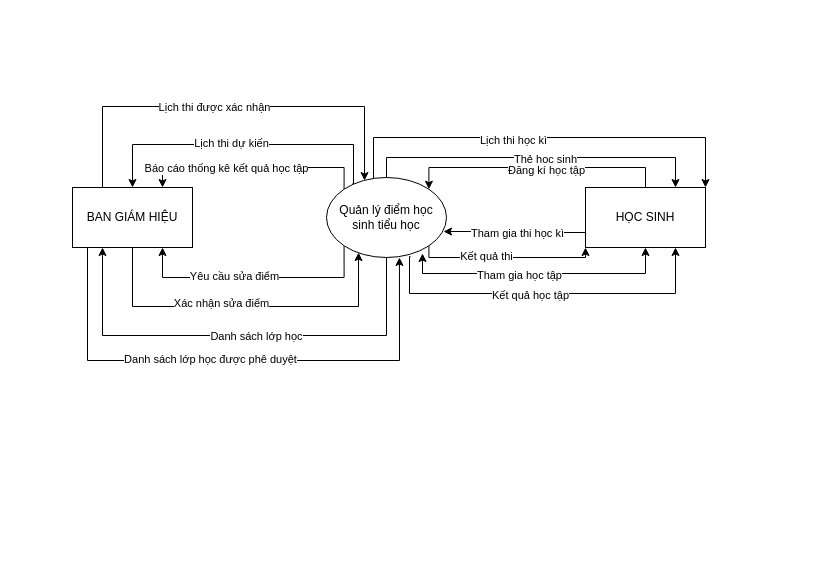
Earlier version of the draw.io diagram 2.2.1.drawio (TLGKien/graph). Source tidied: cells renumbered, new cells numbered last; positions are measured from the earlier drawing's top-left corner, leaving out a move shared by most shapes. Both pictures are drawn from the tidied source at 100%, with x=0, y=0 at pixel (72, 106).
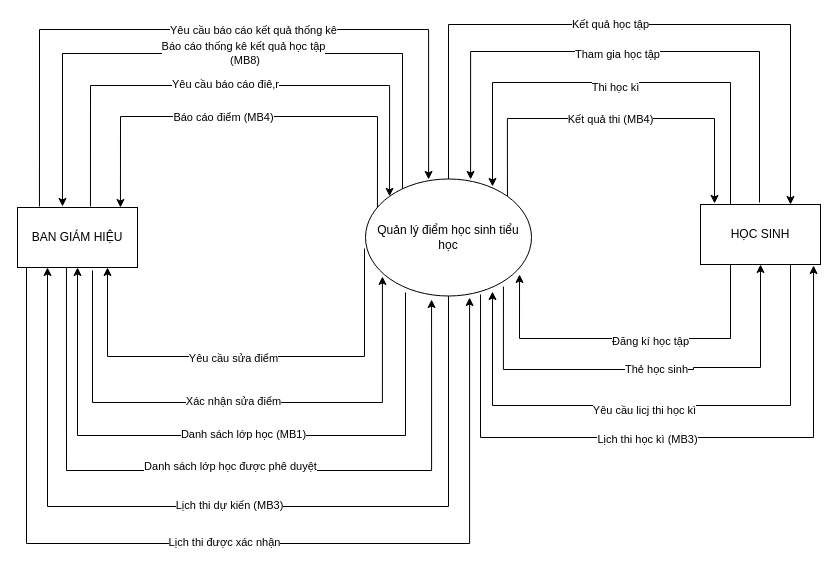
After the change.

The edit, as a diff of the source:
```diff
@@
-    <mxCell id="2" style="edgeStyle=orthogonalEdgeStyle;rounded=0;jettySize=auto;html=1;exitX=0.5;exitY=0;exitDx=0;exitDy=0;entryX=0.75;entryY=0;entryDx=0;entryDy=0;" parent="1" edge="1" source="18" target="30">
-      <mxGeometry relative="1" as="geometry" />
-    </mxCell>
+    <mxCell id="33" style="edgeStyle=orthogonalEdgeStyle;rounded=0;jettySize=auto;html=1;entryX=0.5;entryY=1;entryDx=0;entryDy=0;exitX=0.831;exitY=0.919;exitDx=0;exitDy=0;exitPerimeter=0;" parent="1" edge="1" source="18" target="30">
+      <mxGeometry relative="1" as="geometry">
+        <Array as="points">
+          <mxPoint x="431" y="263" />
+          <mxPoint x="621" y="263" />
+          <mxPoint x="621" y="261" />
+          <mxPoint x="688" y="261" />
+        </Array>
+      </mxGeometry>
+    </mxCell>
-    <mxCell id="3" value="Thẻ học sinh" style="edgeLabel;html=1;align=center;verticalAlign=middle;" parent="2" vertex="1">
-      <mxGeometry x="0.05" y="-1" relative="1" as="geometry" />
+    <mxCell id="3" value="Thẻ học sinh" style="edgeLabel;html=1;align=center;verticalAlign=middle;" parent="33" vertex="1">
+      <mxGeometry x="0.05" y="-1" relative="1" as="geometry">
+        <mxPoint x="2" y="-2" as="offset" />
+      </mxGeometry>
     </mxCell>
-    <mxCell id="4" style="edgeStyle=orthogonalEdgeStyle;rounded=0;jettySize=auto;html=1;entryX=1;entryY=0;entryDx=0;entryDy=0;exitX=0.392;exitY=0.025;exitDx=0;exitDy=0;exitPerimeter=0;" parent="1" edge="1" source="18" target="30">
-      <mxGeometry relative="1" as="geometry">
-        <Array as="points">
-          <mxPoint x="301" y="31" />
-          <mxPoint x="633" y="31" />
-        </Array>
-      </mxGeometry>
-    </mxCell>
-    <mxCell id="5" value="Lịch thi học kì" style="edgeLabel;html=1;align=center;verticalAlign=middle;" parent="4" vertex="1">
-      <mxGeometry x="-0.14" y="-2" relative="1" as="geometry" />
-    </mxCell>
-    <mxCell id="6" style="edgeStyle=orthogonalEdgeStyle;rounded=0;jettySize=auto;html=1;exitX=0.7;exitY=0.988;exitDx=0;exitDy=0;entryX=0.75;entryY=1;entryDx=0;entryDy=0;exitPerimeter=0;" parent="1" edge="1" source="18" target="30">
-      <mxGeometry relative="1" as="geometry">
-        <Array as="points">
-          <mxPoint x="337" y="150" />
-          <mxPoint x="337" y="187" />
-          <mxPoint x="603" y="187" />
-        </Array>
-      </mxGeometry>
-    </mxCell>
+    <mxCell id="34" style="edgeStyle=orthogonalEdgeStyle;rounded=0;jettySize=auto;html=1;entryX=0.942;entryY=1.017;entryDx=0;entryDy=0;exitX=0.693;exitY=0.987;exitDx=0;exitDy=0;entryPerimeter=0;exitPerimeter=0;" parent="1" edge="1" source="18" target="30">
+      <mxGeometry relative="1" as="geometry">
+        <Array as="points">
+          <mxPoint x="408" y="331" />
+          <mxPoint x="741" y="331" />
+        </Array>
+      </mxGeometry>
+    </mxCell>
+    <mxCell id="35" value="Lịch thi học kì (MB3)" style="edgeLabel;html=1;align=center;verticalAlign=middle;" parent="34" vertex="1">
+      <mxGeometry x="-0.14" y="-2" relative="1" as="geometry">
+        <mxPoint x="31" y="-1" as="offset" />
+      </mxGeometry>
+    </mxCell>
+    <mxCell id="36" style="edgeStyle=orthogonalEdgeStyle;rounded=0;jettySize=auto;html=1;entryX=0.75;entryY=0;entryDx=0;entryDy=0;exitX=0.5;exitY=0;exitDx=0;exitDy=0;" parent="1" edge="1" source="18" target="30">
+      <mxGeometry relative="1" as="geometry">
+        <Array as="points">
+          <mxPoint x="376" y="-82" />
+          <mxPoint x="718" y="-82" />
+        </Array>
+      </mxGeometry>
+    </mxCell>
-    <mxCell id="7" value="Kết quả học tập" style="edgeLabel;html=1;align=center;verticalAlign=middle;" parent="6" vertex="1">
-      <mxGeometry x="-0.09" y="-1" relative="1" as="geometry" />
+    <mxCell id="7" value="Kết quả học tập" style="edgeLabel;html=1;align=center;verticalAlign=middle;" parent="36" vertex="1">
+      <mxGeometry x="-0.09" y="-1" relative="1" as="geometry">
+        <mxPoint x="8" y="-2" as="offset" />
+      </mxGeometry>
     </mxCell>
-    <mxCell id="8" style="edgeStyle=orthogonalEdgeStyle;rounded=0;jettySize=auto;html=1;exitX=0;exitY=0;exitDx=0;exitDy=0;entryX=0.75;entryY=0;entryDx=0;entryDy=0;labelPosition=center;verticalLabelPosition=middle;align=center;verticalAlign=middle;" parent="1" edge="1" source="18" target="25">
-      <mxGeometry relative="1" as="geometry">
-        <Array as="points">
-          <mxPoint x="272" y="61" />
-          <mxPoint x="90" y="61" />
-        </Array>
-      </mxGeometry>
-    </mxCell>
-    <mxCell id="9" value="&lt;div align=&quot;right&quot;&gt;Báo cáo thống kê kết quả học tập&lt;br&gt;&lt;/div&gt;" style="edgeLabel;html=1;align=center;verticalAlign=middle;" parent="8" vertex="1">
-      <mxGeometry x="0.25" relative="1" as="geometry" />
-    </mxCell>
-    <mxCell id="10" style="edgeStyle=orthogonalEdgeStyle;rounded=0;jettySize=auto;html=1;exitX=0;exitY=1;exitDx=0;exitDy=0;entryX=0.75;entryY=1;entryDx=0;entryDy=0;align=right;" parent="1" edge="1" source="18" target="25">
-      <mxGeometry relative="1" as="geometry">
-        <Array as="points">
-          <mxPoint x="272" y="171" />
-          <mxPoint x="90" y="171" />
-        </Array>
-      </mxGeometry>
-    </mxCell>
+    <mxCell id="37" style="edgeStyle=orthogonalEdgeStyle;rounded=0;jettySize=auto;html=1;entryX=0.375;entryY=-0.017;entryDx=0;entryDy=0;labelPosition=center;verticalLabelPosition=middle;align=center;verticalAlign=middle;exitX=0.223;exitY=0.09;exitDx=0;exitDy=0;exitPerimeter=0;entryPerimeter=0;" parent="1" edge="1" source="18" target="25">
+      <mxGeometry relative="1" as="geometry">
+        <Array as="points">
+          <mxPoint x="330" y="-53" />
+          <mxPoint x="-10" y="-53" />
+        </Array>
+      </mxGeometry>
+    </mxCell>
+    <mxCell id="38" value="&lt;div align=&quot;right&quot;&gt;Báo cáo thống kê kết quả học tập&lt;br&gt;&lt;/div&gt;&amp;nbsp;(MB8)" style="edgeLabel;html=1;align=center;verticalAlign=middle;" parent="37" vertex="1">
+      <mxGeometry x="0.25" relative="1" as="geometry">
+        <mxPoint x="97.7" y="-1" as="offset" />
+      </mxGeometry>
+    </mxCell>
+    <mxCell id="39" style="edgeStyle=orthogonalEdgeStyle;rounded=0;jettySize=auto;html=1;entryX=0.75;entryY=1;entryDx=0;entryDy=0;align=right;exitX=-0.006;exitY=0.594;exitDx=0;exitDy=0;exitPerimeter=0;" parent="1" edge="1" source="18" target="25">
+      <mxGeometry relative="1" as="geometry">
+        <Array as="points">
+          <mxPoint x="292" y="250" />
+          <mxPoint x="35" y="250" />
+        </Array>
+      </mxGeometry>
+    </mxCell>
-    <mxCell id="11" value="Yêu cầu sửa điểm" style="edgeLabel;html=1;align=center;verticalAlign=middle;" parent="10" vertex="1">
-      <mxGeometry x="0.17" y="-2" relative="1" as="geometry" />
+    <mxCell id="11" value="Yêu cầu sửa điểm" style="edgeLabel;html=1;align=center;verticalAlign=middle;" parent="39" vertex="1">
+      <mxGeometry x="0.17" y="-2" relative="1" as="geometry">
+        <mxPoint x="26" y="3" as="offset" />
+      </mxGeometry>
     </mxCell>
-    <mxCell id="12" style="edgeStyle=orthogonalEdgeStyle;rounded=0;jettySize=auto;html=1;exitX=0.5;exitY=1;exitDx=0;exitDy=0;entryX=0.25;entryY=1;entryDx=0;entryDy=0;align=right;" parent="1" edge="1" source="18" target="25">
-      <mxGeometry relative="1" as="geometry">
-        <Array as="points">
-          <mxPoint x="314" y="229" />
-          <mxPoint x="30" y="229" />
-        </Array>
-      </mxGeometry>
-    </mxCell>
-    <mxCell id="13" value="Danh sách lớp học" style="edgeLabel;html=1;align=center;verticalAlign=middle;" parent="12" vertex="1">
-      <mxGeometry x="-0.07" relative="1" as="geometry" />
-    </mxCell>
-    <mxCell id="14" style="edgeStyle=orthogonalEdgeStyle;rounded=0;jettySize=auto;html=1;exitX=0.217;exitY=0.075;exitDx=0;exitDy=0;entryX=0.5;entryY=0;entryDx=0;entryDy=0;align=right;exitPerimeter=0;" parent="1" edge="1" source="18" target="25">
-      <mxGeometry relative="1" as="geometry">
-        <Array as="points">
-          <mxPoint x="280" y="83" />
-          <mxPoint x="281" y="83" />
-          <mxPoint x="281" y="38" />
-          <mxPoint x="60" y="38" />
-        </Array>
-      </mxGeometry>
-    </mxCell>
-    <mxCell id="15" value="Lịch thi dự kiến" style="edgeLabel;html=1;align=center;verticalAlign=middle;" parent="14" vertex="1">
-      <mxGeometry x="0.11" y="-2" relative="1" as="geometry" />
-    </mxCell>
-    <mxCell id="16" style="edgeStyle=orthogonalEdgeStyle;rounded=0;jettySize=auto;html=1;exitX=1;exitY=1;exitDx=0;exitDy=0;entryX=0;entryY=1;entryDx=0;entryDy=0;" parent="1" edge="1" source="18" target="30">
-      <mxGeometry relative="1" as="geometry">
-        <Array as="points">
-          <mxPoint x="356" y="151" />
-          <mxPoint x="513" y="151" />
-        </Array>
-      </mxGeometry>
-    </mxCell>
-    <mxCell id="17" value="Kết quả thi" style="edgeLabel;html=1;align=center;verticalAlign=middle;" parent="16" vertex="1">
-      <mxGeometry x="-0.23" y="2" relative="1" as="geometry" />
-    </mxCell>
+    <mxCell id="40" style="edgeStyle=orthogonalEdgeStyle;rounded=0;jettySize=auto;html=1;entryX=0.5;entryY=1;entryDx=0;entryDy=0;align=right;exitX=0.241;exitY=0.97;exitDx=0;exitDy=0;exitPerimeter=0;" parent="1" edge="1" source="18" target="25">
+      <mxGeometry relative="1" as="geometry">
+        <Array as="points">
+          <mxPoint x="333" y="329" />
+          <mxPoint x="5" y="329" />
+        </Array>
+      </mxGeometry>
+    </mxCell>
+    <mxCell id="41" value="Danh sách lớp học (MB1)" style="edgeLabel;html=1;align=center;verticalAlign=middle;" parent="40" vertex="1">
+      <mxGeometry x="-0.07" relative="1" as="geometry">
+        <mxPoint x="-9" y="-2" as="offset" />
+      </mxGeometry>
+    </mxCell>
+    <mxCell id="42" style="edgeStyle=orthogonalEdgeStyle;rounded=0;jettySize=auto;html=1;entryX=0.25;entryY=1;entryDx=0;entryDy=0;align=right;exitX=0.5;exitY=1;exitDx=0;exitDy=0;" parent="1" edge="1" source="18" target="25">
+      <mxGeometry relative="1" as="geometry">
+        <Array as="points">
+          <mxPoint x="376" y="400" />
+          <mxPoint x="-25" y="400" />
+        </Array>
+      </mxGeometry>
+    </mxCell>
+    <mxCell id="43" value="Lịch thi dự kiến (MB3)" style="edgeLabel;html=1;align=center;verticalAlign=middle;" parent="42" vertex="1">
+      <mxGeometry x="0.11" y="-2" relative="1" as="geometry">
+        <mxPoint x="42" as="offset" />
+      </mxGeometry>
+    </mxCell>
+    <mxCell id="44" style="edgeStyle=orthogonalEdgeStyle;jettySize=auto;html=1;exitX=0.625;exitY=1.05;exitDx=0;exitDy=0;rounded=0;fontStyle=0;entryX=0.102;entryY=0.833;entryDx=0;entryDy=0;exitPerimeter=0;entryPerimeter=0;" parent="1" edge="1" source="25" target="18">
+      <mxGeometry relative="1" as="geometry">
+        <Array as="points">
+          <mxPoint x="20" y="296" />
+          <mxPoint x="310" y="296" />
+        </Array>
+      </mxGeometry>
+    </mxCell>
+    <mxCell id="20" value="Xác nhận sửa điểm" style="edgeLabel;html=1;align=center;verticalAlign=middle;" parent="44" vertex="1">
+      <mxGeometry x="-0.13" y="4" relative="1" as="geometry">
+        <mxPoint x="34" y="2" as="offset" />
+      </mxGeometry>
+    </mxCell>
+    <mxCell id="45" style="edgeStyle=orthogonalEdgeStyle;rounded=0;jettySize=auto;html=1;align=right;entryX=0.398;entryY=1.03;entryDx=0;entryDy=0;exitX=0.408;exitY=0.983;exitDx=0;exitDy=0;exitPerimeter=0;entryPerimeter=0;" parent="1" edge="1" source="25" target="18">
+      <mxGeometry relative="1" as="geometry">
+        <Array as="points">
+          <mxPoint x="-6" y="364" />
+          <mxPoint x="359" y="364" />
+        </Array>
+      </mxGeometry>
+    </mxCell>
+    <mxCell id="22" value="Danh sách lớp học được phê duyệt" style="edgeLabel;html=1;align=center;verticalAlign=middle;" parent="45" vertex="1">
+      <mxGeometry x="-0.08" y="2" relative="1" as="geometry">
+        <mxPoint x="28" y="-3" as="offset" />
+      </mxGeometry>
+    </mxCell>
+    <mxCell id="46" style="edgeStyle=orthogonalEdgeStyle;rounded=0;jettySize=auto;html=1;exitX=0.075;exitY=1;exitDx=0;exitDy=0;align=right;entryX=0.627;entryY=1.013;entryDx=0;entryDy=0;entryPerimeter=0;exitPerimeter=0;" parent="1" edge="1" source="25" target="18">
+      <mxGeometry relative="1" as="geometry">
+        <Array as="points">
+          <mxPoint x="-46" y="437" />
+          <mxPoint x="397" y="437" />
+        </Array>
+      </mxGeometry>
+    </mxCell>
+    <mxCell id="24" value="Lịch thi được xác nhận" style="edgeLabel;html=1;align=center;verticalAlign=middle;" parent="46" vertex="1">
+      <mxGeometry x="-0.08" relative="1" as="geometry">
+        <mxPoint x="29" y="-2" as="offset" />
+      </mxGeometry>
+    </mxCell>
+    <mxCell id="47" style="edgeStyle=orthogonalEdgeStyle;rounded=0;jettySize=auto;html=1;exitX=0.183;exitY=-0.017;exitDx=0;exitDy=0;entryX=0.38;entryY=0.004;entryDx=0;entryDy=0;entryPerimeter=0;exitPerimeter=0;" parent="1" edge="1" source="25" target="18">
+      <mxGeometry relative="1" as="geometry">
+        <Array as="points">
+          <mxPoint x="-33" y="-77" />
+          <mxPoint x="356" y="-77" />
+        </Array>
+      </mxGeometry>
+    </mxCell>
+    <mxCell id="48" value="Yêu cầu báo cáo kết quả thống kê" style="edgeLabel;html=1;align=center;verticalAlign=middle;" parent="47" vertex="1">
+      <mxGeometry x="0.09" relative="1" as="geometry" />
+    </mxCell>
+    <mxCell id="49" style="edgeStyle=orthogonalEdgeStyle;rounded=0;jettySize=auto;html=1;exitX=0.608;exitY=-0.017;exitDx=0;exitDy=0;entryX=0;entryY=0;entryDx=0;entryDy=0;exitPerimeter=0;" parent="1" edge="1" source="25" target="18">
+      <mxGeometry relative="1" as="geometry">
+        <Array as="points">
+          <mxPoint x="18" y="-21" />
+          <mxPoint x="317" y="-21" />
+        </Array>
+      </mxGeometry>
+    </mxCell>
+    <mxCell id="50" value="Yêu cầu báo cáo điê,r" style="edgeLabel;html=1;align=center;verticalAlign=middle;" parent="49" vertex="1">
+      <mxGeometry x="0.29" relative="1" as="geometry">
+        <mxPoint x="-87" y="-2" as="offset" />
+      </mxGeometry>
+    </mxCell>
+    <mxCell id="25" value="BAN GIÁM HIỆU" style="rounded=0;whiteSpace=wrap;html=1;" parent="1" vertex="1">
+      <mxGeometry x="-55" y="101" width="120" height="60" as="geometry" />
+    </mxCell>
+    <mxCell id="51" style="edgeStyle=orthogonalEdgeStyle;rounded=0;jettySize=auto;html=1;exitX=0.25;exitY=1;exitDx=0;exitDy=0;entryX=0.928;entryY=0.816;entryDx=0;entryDy=0;entryPerimeter=0;" parent="1" edge="1" source="30" target="18">
+      <mxGeometry relative="1" as="geometry">
+        <Array as="points">
+          <mxPoint x="658" y="232" />
+          <mxPoint x="447" y="232" />
+        </Array>
+      </mxGeometry>
+    </mxCell>
+    <mxCell id="27" value="Đăng kí học tập" style="edgeLabel;html=1;align=center;verticalAlign=middle;" parent="51" vertex="1">
+      <mxGeometry x="-0.07" y="2" relative="1" as="geometry">
+        <mxPoint x="7" as="offset" />
+      </mxGeometry>
+    </mxCell>
+    <mxCell id="52" style="edgeStyle=orthogonalEdgeStyle;rounded=0;jettySize=auto;html=1;exitX=0.25;exitY=0;exitDx=0;exitDy=0;entryX=0.765;entryY=0.064;entryDx=0;entryDy=0;entryPerimeter=0;" parent="1" edge="1" source="30" target="18">
+      <mxGeometry relative="1" as="geometry">
+        <Array as="points">
+          <mxPoint x="658" y="-24" />
+          <mxPoint x="420" y="-24" />
+        </Array>
+      </mxGeometry>
+    </mxCell>
+    <mxCell id="53" value="Thi học kì" style="edgeLabel;html=1;align=center;verticalAlign=middle;" parent="52" vertex="1">
+      <mxGeometry x="0.33" y="2" relative="1" as="geometry">
+        <mxPoint x="71" y="2" as="offset" />
+      </mxGeometry>
+    </mxCell>
+    <mxCell id="54" style="edgeStyle=orthogonalEdgeStyle;rounded=0;jettySize=auto;html=1;exitX=0.75;exitY=1;exitDx=0;exitDy=0;entryX=0.765;entryY=0.962;entryDx=0;entryDy=0;entryPerimeter=0;" parent="1" edge="1" source="30" target="18">
+      <mxGeometry relative="1" as="geometry">
+        <Array as="points">
+          <mxPoint x="718" y="299" />
+          <mxPoint x="420" y="299" />
+        </Array>
+      </mxGeometry>
+    </mxCell>
+    <mxCell id="55" value="Yêu cầu licj thi học kì" style="edgeLabel;html=1;align=center;verticalAlign=middle;" parent="54" vertex="1">
+      <mxGeometry x="0.23" y="-2" relative="1" as="geometry">
+        <mxPoint x="52" y="6" as="offset" />
+      </mxGeometry>
+    </mxCell>
+    <mxCell id="56" style="edgeStyle=orthogonalEdgeStyle;rounded=0;jettySize=auto;html=1;startArrow=none;entryX=0.633;entryY=0.004;entryDx=0;entryDy=0;entryPerimeter=0;" parent="1" edge="1" target="18">
+      <mxGeometry relative="1" as="geometry">
+        <mxPoint x="687" y="96" as="sourcePoint" />
+        <Array as="points">
+          <mxPoint x="687" y="-55" />
+          <mxPoint x="398" y="-55" />
+        </Array>
+      </mxGeometry>
+    </mxCell>
+    <mxCell id="32" value="Tham gia học tập" style="edgeLabel;html=1;align=center;verticalAlign=middle;" parent="56" vertex="1">
+      <mxGeometry x="0.09" y="1" relative="1" as="geometry">
+        <mxPoint x="15" y="1" as="offset" />
+      </mxGeometry>
+    </mxCell>
+    <mxCell id="30" value="HỌC SINH" style="rounded=0;whiteSpace=wrap;html=1;" parent="1" vertex="1">
+      <mxGeometry x="628" y="98" width="120" height="60" as="geometry" />
+    </mxCell>
+    <mxCell id="57" style="edgeStyle=orthogonalEdgeStyle;rounded=0;jettySize=auto;html=1;exitX=1;exitY=0;exitDx=0;exitDy=0;entryX=0.117;entryY=-0.017;entryDx=0;entryDy=0;entryPerimeter=0;" parent="1" edge="1" source="18" target="30">
+      <mxGeometry relative="1" as="geometry">
+        <Array as="points">
+          <mxPoint x="435" y="12" />
+          <mxPoint x="642" y="12" />
+        </Array>
+      </mxGeometry>
+    </mxCell>
+    <mxCell id="58" value="Kết quả thi (MB4)" style="edgeLabel;html=1;align=center;verticalAlign=middle;" parent="57" vertex="1">
+      <mxGeometry x="-0.4" relative="1" as="geometry">
+        <mxPoint x="69" as="offset" />
+      </mxGeometry>
+    </mxCell>
+    <mxCell id="59" style="edgeStyle=orthogonalEdgeStyle;rounded=0;jettySize=auto;html=1;exitX=0.072;exitY=0.244;exitDx=0;exitDy=0;entryX=0.858;entryY=0;entryDx=0;entryDy=0;exitPerimeter=0;entryPerimeter=0;" parent="1" edge="1" source="18" target="25">
+      <mxGeometry relative="1" as="geometry">
+        <Array as="points">
+          <mxPoint x="305" y="10" />
+          <mxPoint x="48" y="10" />
+        </Array>
+      </mxGeometry>
+    </mxCell>
+    <mxCell id="60" value="Báo cáo điểm (MB4)" style="edgeLabel;html=1;align=center;verticalAlign=middle;" parent="59" vertex="1">
+      <mxGeometry x="-0.09" y="2" relative="1" as="geometry">
+        <mxPoint x="-46" y="-2" as="offset" />
+      </mxGeometry>
+    </mxCell>
     <mxCell id="18" value="Quản lý điểm học sinh tiểu học" style="ellipse;whiteSpace=wrap;html=1;" parent="1" vertex="1">
-      <mxGeometry x="254" y="71" width="120" height="80" as="geometry" />
+      <mxGeometry x="293" y="72.5" width="166" height="117" as="geometry" />
     </mxCell>
-    <mxCell id="19" style="edgeStyle=orthogonalEdgeStyle;jettySize=auto;html=1;exitX=0.5;exitY=1;exitDx=0;exitDy=0;rounded=0;fontStyle=0;entryX=0.267;entryY=0.938;entryDx=0;entryDy=0;entryPerimeter=0;" parent="1" edge="1" source="25" target="18">
-      <mxGeometry relative="1" as="geometry">
-        <Array as="points">
-          <mxPoint x="60" y="200" />
-          <mxPoint x="286" y="200" />
-        </Array>
-      </mxGeometry>
-    </mxCell>
-    <mxCell id="20" value="Xác nhận sửa điểm" style="edgeLabel;html=1;align=center;verticalAlign=middle;" parent="19" vertex="1">
-      <mxGeometry x="-0.13" y="4" relative="1" as="geometry" />
-    </mxCell>
-    <mxCell id="21" style="edgeStyle=orthogonalEdgeStyle;rounded=0;jettySize=auto;html=1;exitX=0;exitY=1;exitDx=0;exitDy=0;entryX=0.608;entryY=1;entryDx=0;entryDy=0;entryPerimeter=0;align=right;" parent="1" edge="1" source="25" target="18">
-      <mxGeometry relative="1" as="geometry">
-        <Array as="points">
-          <mxPoint x="15" y="141" />
-          <mxPoint x="15" y="254" />
-          <mxPoint x="327" y="254" />
-        </Array>
-      </mxGeometry>
-    </mxCell>
-    <mxCell id="22" value="Danh sách lớp học được phê duyệt" style="edgeLabel;html=1;align=center;verticalAlign=middle;" parent="21" vertex="1">
-      <mxGeometry x="-0.08" y="2" relative="1" as="geometry" />
-    </mxCell>
-    <mxCell id="23" style="edgeStyle=orthogonalEdgeStyle;rounded=0;jettySize=auto;html=1;exitX=0.25;exitY=0;exitDx=0;exitDy=0;entryX=0.317;entryY=0.038;entryDx=0;entryDy=0;entryPerimeter=0;align=right;" parent="1" edge="1" source="25" target="18">
-      <mxGeometry relative="1" as="geometry">
-        <Array as="points">
-          <mxPoint x="30" />
-          <mxPoint x="292" />
-        </Array>
-      </mxGeometry>
-    </mxCell>
-    <mxCell id="24" value="Lịch thi được xác nhận" style="edgeLabel;html=1;align=center;verticalAlign=middle;" parent="23" vertex="1">
-      <mxGeometry x="-0.08" relative="1" as="geometry" />
-    </mxCell>
-    <mxCell id="25" value="BAN GIÁM HIỆU" style="rounded=0;whiteSpace=wrap;html=1;" parent="1" vertex="1">
-      <mxGeometry y="81" width="120" height="60" as="geometry" />
-    </mxCell>
-    <mxCell id="26" style="edgeStyle=orthogonalEdgeStyle;rounded=0;jettySize=auto;html=1;exitX=0.5;exitY=0;exitDx=0;exitDy=0;entryX=1;entryY=0;entryDx=0;entryDy=0;" parent="1" edge="1" source="30" target="18">
-      <mxGeometry relative="1" as="geometry">
-        <Array as="points">
-          <mxPoint x="573" y="61" />
-          <mxPoint x="356" y="61" />
-        </Array>
-      </mxGeometry>
-    </mxCell>
-    <mxCell id="27" value="Đăng kí học tập" style="edgeLabel;html=1;align=center;verticalAlign=middle;" parent="26" vertex="1">
-      <mxGeometry x="-0.07" y="2" relative="1" as="geometry" />
-    </mxCell>
-    <mxCell id="28" style="edgeStyle=orthogonalEdgeStyle;rounded=0;jettySize=auto;html=1;exitX=0;exitY=0.75;exitDx=0;exitDy=0;entryX=0.975;entryY=0.675;entryDx=0;entryDy=0;entryPerimeter=0;" parent="1" edge="1" source="30" target="18">
-      <mxGeometry relative="1" as="geometry" />
-    </mxCell>
-    <mxCell id="29" value="Tham gia thi học kì" style="edgeLabel;html=1;align=center;verticalAlign=middle;" parent="28" vertex="1">
-      <mxGeometry x="0.26" y="2" relative="1" as="geometry">
-        <mxPoint x="20" y="-1" as="offset" />
-      </mxGeometry>
-    </mxCell>
-    <mxCell id="30" value="HỌC SINH" style="rounded=0;whiteSpace=wrap;html=1;" parent="1" vertex="1">
-      <mxGeometry x="513" y="81" width="120" height="60" as="geometry" />
-    </mxCell>
-    <mxCell id="31" style="endArrow=classic;startArrow=classic;html=1;align=right;exitX=0.8;exitY=0.95;exitDx=0;exitDy=0;exitPerimeter=0;entryX=0.5;entryY=1;entryDx=0;entryDy=0;edgeStyle=orthogonalEdgeStyle;rounded=0;" parent="1" edge="1" source="18" target="30">
-      <mxGeometry relative="1" as="geometry">
-        <Array as="points">
-          <mxPoint x="350" y="167" />
-          <mxPoint x="573" y="167" />
-        </Array>
-      </mxGeometry>
-    </mxCell>
-    <mxCell id="32" value="Tham gia học tập" style="edgeLabel;html=1;align=center;verticalAlign=middle;" parent="31" vertex="1">
-      <mxGeometry x="-0.14" y="-1" relative="1" as="geometry" />
-    </mxCell>
```
